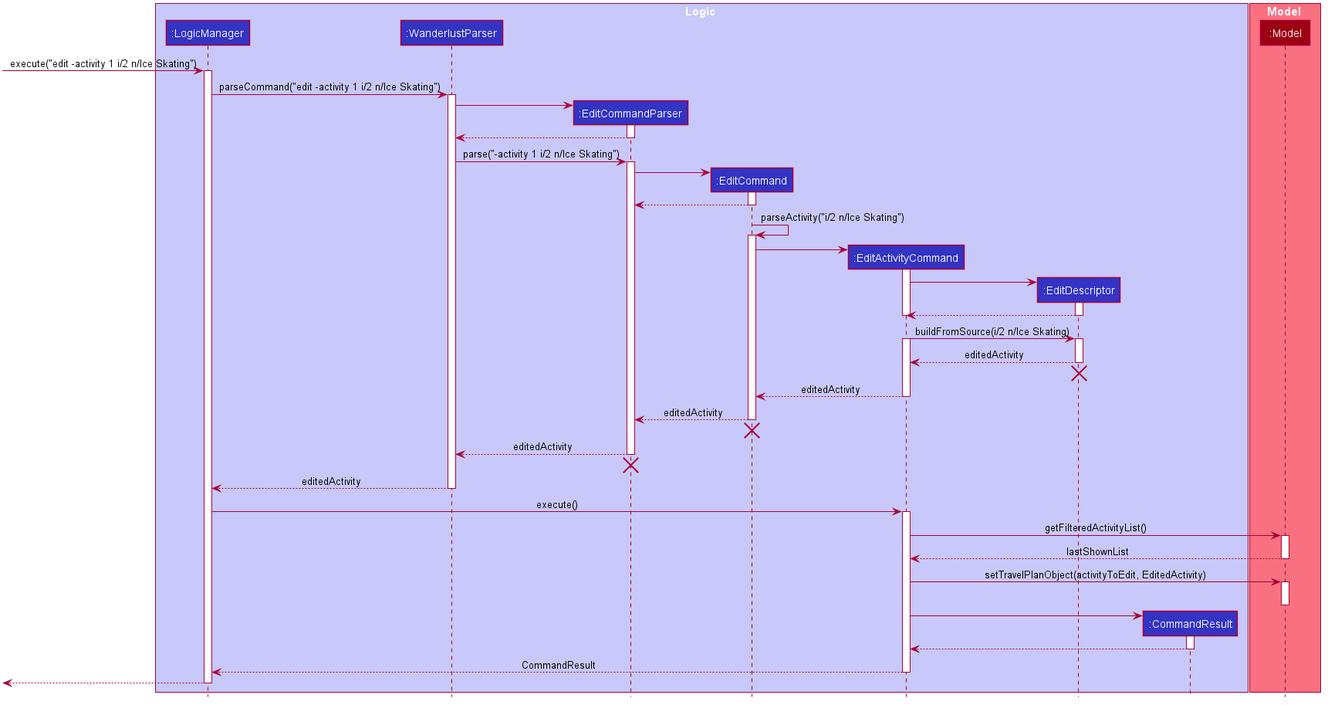
Before: docs/images/EditSequenceDiagram.png, a diagram exported from PlantUML (underthehai/tp).
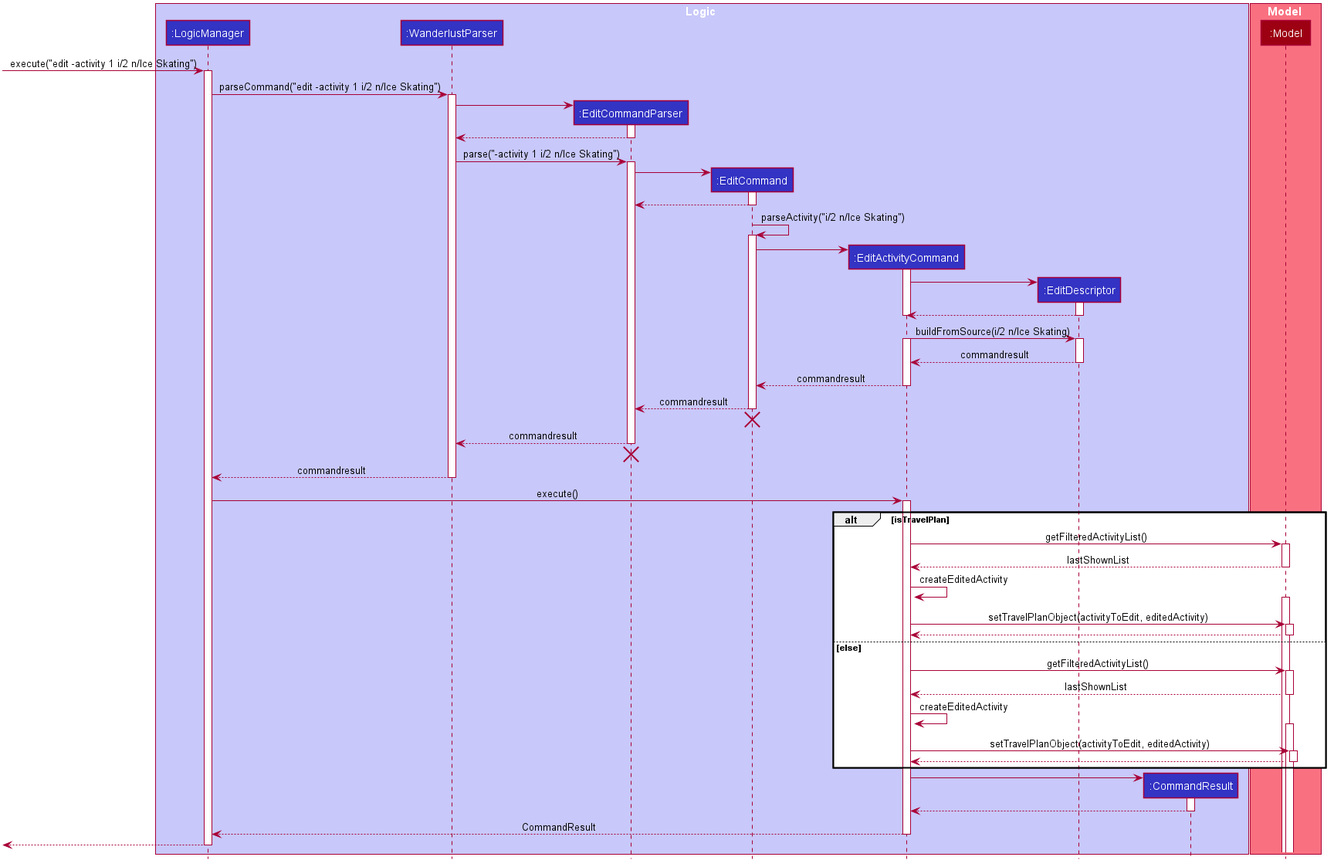
Above is the later version.

What changed in the source:
```diff
@@ -106,42 +106,66 @@
 activate EditActivityCommand
 
 activate EditDescriptor
-EditDescriptor --> EditActivityCommand : editedActivity
+EditDescriptor --> EditActivityCommand : commandresult
 deactivate EditDescriptor
 
-EditDescriptor -[hidden]->EditActivityCommand
-destroy EditDescriptor
 
-EditActivityCommand --> EditCommand : editedActivity
+
+EditActivityCommand --> EditCommand : commandresult
 
 deactivate EditActivityCommand
 
-EditCommand --> EditCommandParser : editedActivity
+EditCommand --> EditCommandParser : commandresult
 deactivate EditCommand
 
 EditCommand -[hidden]-> WanderlustParser
 destroy EditCommand
 
-EditCommandParser --> WanderlustParser : editedActivity
+EditCommandParser --> WanderlustParser : commandresult
 deactivate EditCommandParser
 EditCommandParser -[hidden]-> WanderlustParser
 destroy EditCommandParser
 
-WanderlustParser --> LogicManager : editedActivity
+WanderlustParser --> LogicManager : commandresult
 deactivate WanderlustParser
 
 LogicManager -> EditActivityCommand : execute()
 activate EditActivityCommand
 
-EditActivityCommand -> Model : getFilteredActivityList()
-activate Model
+    alt isTravelPlan
 
-Model --> EditActivityCommand: lastShownList
-deactivate Model
+    EditActivityCommand -> Model : getFilteredActivityList()
+    activate Model
 
-EditActivityCommand -> Model : setTravelPlanObject(activityToEdit, EditedActivity)
-activate Model
-deactivate Model
+    Model --> EditActivityCommand: lastShownList
+    deactivate Model
+
+    EditActivityCommand -> EditActivityCommand : createEditedActivity
+    activate Model
+
+    EditActivityCommand -> Model: setTravelPlanObject(activityToEdit, editedActivity)
+    activate Model
+    Model --> EditActivityCommand
+    deactivate Model
+
+else else
+
+    EditActivityCommand -> Model : getFilteredActivityList()
+    activate Model
+
+    Model --> EditActivityCommand: lastShownList
+    deactivate Model
+
+    EditActivityCommand -> EditActivityCommand : createEditedActivity
+    activate Model
+
+
+    EditActivityCommand -> Model: setTravelPlanObject(activityToEdit, editedActivity)
+    activate Model
+    Model --> EditActivityCommand
+    deactivate Model
+
+end
 
 create CommandResult
 EditActivityCommand -> CommandResult
```
